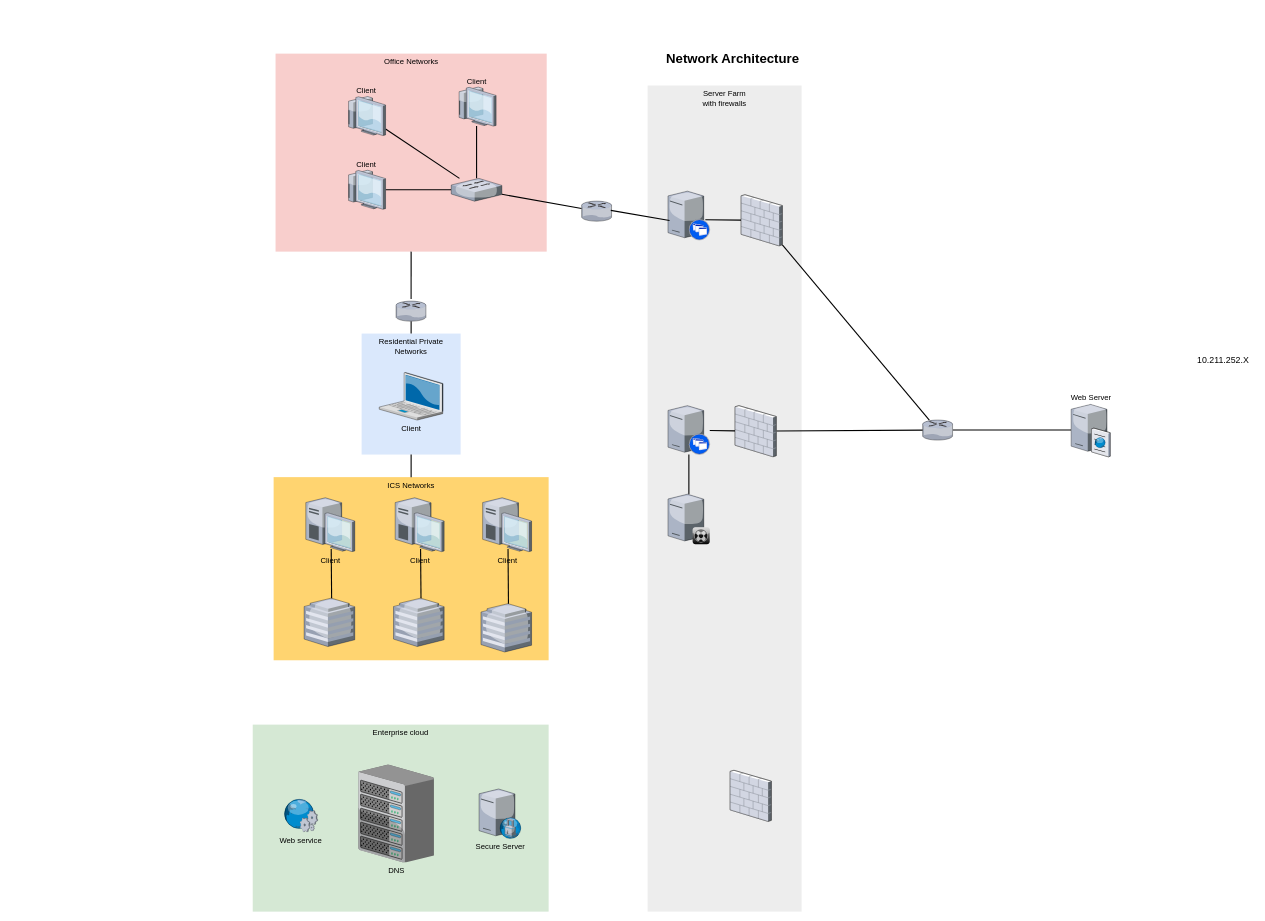
Before: Untitled Diagram.drawio in AlexIThelp/it, a draw.io diagram. Source tidied: cells renumbered, new cells numbered last; positions are measured from the earlier drawing's top-left corner, leaving out a move shared by most shapes. Both pictures are drawn from the tidied source at 55%, with x=0, y=0 at pixel (252, 48).
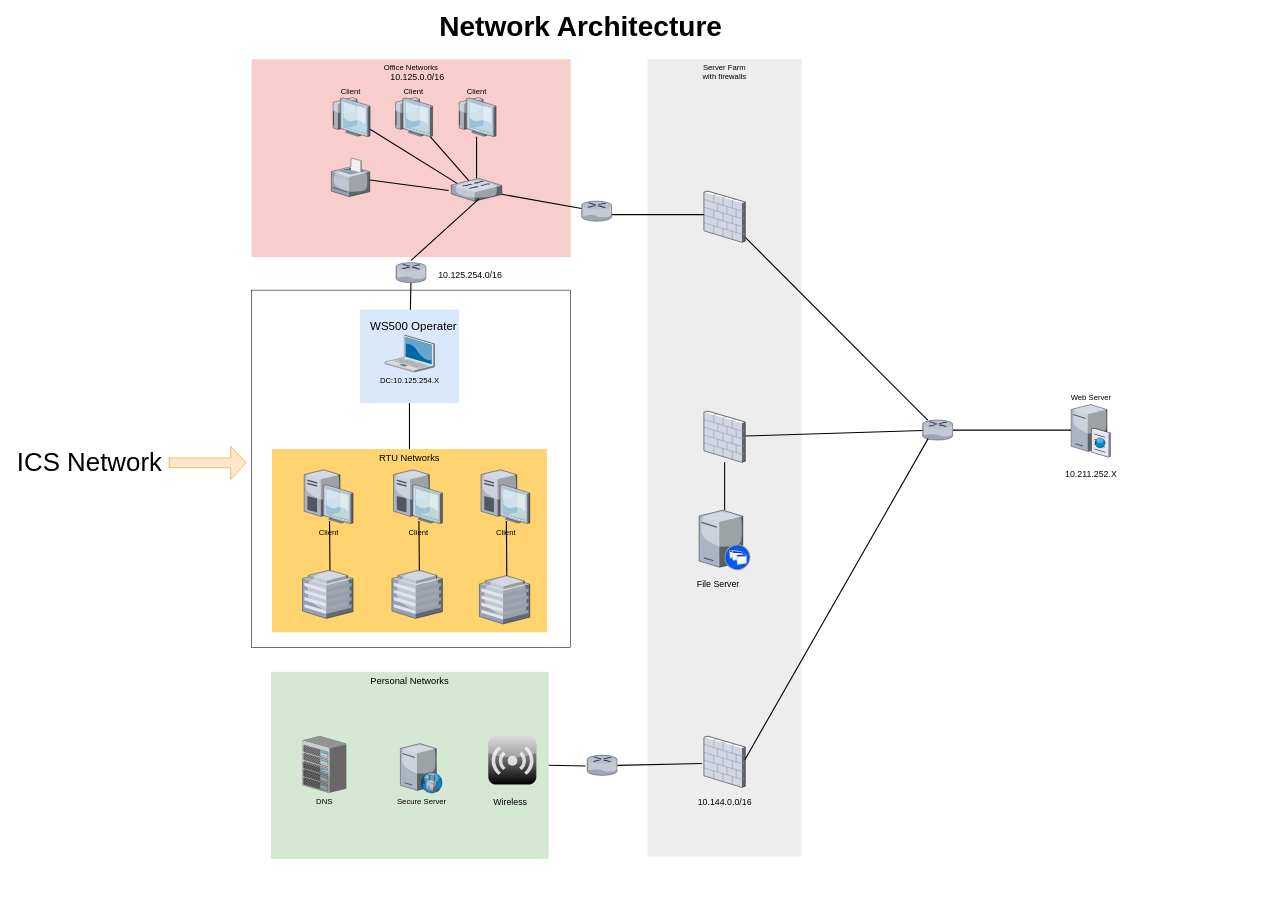
The same diagram, later.

The change refers to these unchanged cells:
```xml
<mxCell id="28" style="verticalLabelPosition=bottom;html=1;verticalAlign=top;strokeColor=none;shape=mxgraph.citrix.switch;fillColor=#66B2FF;gradientColor=#0066CC;fontSize=14;" parent="1" vertex="1">
  <mxGeometry x="361" y="236.8" width="92" height="41.5" as="geometry" />
</mxCell>
<mxCell id="36" style="verticalLabelPosition=bottom;html=1;verticalAlign=top;strokeColor=none;shape=mxgraph.citrix.router;fillColor=#66B2FF;gradientColor=#0066CC;fontSize=14;" parent="1" vertex="1">
  <mxGeometry x="598" y="278.2" width="55" height="36.5" as="geometry" />
</mxCell>
```

Diff of the diagram source:
```diff
@@
+    <mxCell id="50" style="rounded=0;whiteSpace=wrap;html=1;" parent="1" vertex="1">
+      <mxGeometry x="-2" y="440" width="580" height="650" as="geometry" />
+    </mxCell>
     <mxCell id="2" value="Office Networks" style="whiteSpace=wrap;html=1;fillColor=#f8cecc;fontSize=14;strokeColor=none;verticalAlign=top;" parent="1" vertex="1">
-      <mxGeometry x="41.5" y="10" width="493" height="360" as="geometry" />
+      <mxGeometry x="-2" y="20" width="580" height="360" as="geometry" />
     </mxCell>
-    <mxCell id="3" value="Enterprise cloud" style="whiteSpace=wrap;html=1;fillColor=#d5e8d4;fontSize=14;strokeColor=none;verticalAlign=top;" parent="1" vertex="1">
-      <mxGeometry y="1230" width="538" height="340" as="geometry" />
+    <mxCell id="3" value="&lt;font style=&quot;font-size: 17px;&quot;&gt;Personal Networks&lt;/font&gt;" style="whiteSpace=wrap;html=1;fillColor=#d5e8d4;fontSize=14;strokeColor=none;verticalAlign=top;" parent="1" vertex="1">
+      <mxGeometry x="33" y="1134" width="505" height="340" as="geometry" />
     </mxCell>
     <mxCell id="4" value="Server Farm&lt;div&gt;with firewalls&lt;/div&gt;" style="whiteSpace=wrap;html=1;fillColor=#EDEDED;fontSize=14;strokeColor=none;verticalAlign=top;" parent="1" vertex="1">
-      <mxGeometry x="718" y="68" width="280" height="1502" as="geometry" />
+      <mxGeometry x="718" y="20" width="280" height="1450" as="geometry" />
     </mxCell>
-    <mxCell id="5" value="Residential Private Networks" style="whiteSpace=wrap;html=1;fillColor=#dae8fc;fontSize=14;strokeColor=none;verticalAlign=top;" parent="1" vertex="1">
-      <mxGeometry x="198" y="519" width="180" height="220" as="geometry" />
+    <mxCell id="5" style="whiteSpace=wrap;html=1;fillColor=#dae8fc;fontSize=14;strokeColor=none;verticalAlign=top;" parent="1" vertex="1">
+      <mxGeometry x="195" y="475.5" width="180" height="170" as="geometry" />
     </mxCell>
-    <mxCell id="6" value="ICS Networks" style="whiteSpace=wrap;html=1;fillColor=#FFD470;gradientColor=none;fontSize=14;strokeColor=none;verticalAlign=top;" parent="1" vertex="1">
-      <mxGeometry x="38" y="780" width="500" height="333" as="geometry" />
+    <mxCell id="6" value="&lt;font style=&quot;font-size: 17px;&quot;&gt;RTU Networks&lt;/font&gt;" style="whiteSpace=wrap;html=1;fillColor=#FFD470;gradientColor=none;fontSize=14;strokeColor=none;verticalAlign=top;" parent="1" vertex="1">
+      <mxGeometry x="35" y="729" width="500" height="333" as="geometry" />
     </mxCell>
-    <mxCell id="7" value="Client" style="verticalLabelPosition=bottom;html=1;verticalAlign=top;strokeColor=none;shape=mxgraph.citrix.laptop_2;fillColor=#66B2FF;gradientColor=#0066CC;fontSize=14;" parent="1" vertex="1">
-      <mxGeometry x="230" y="589.8" width="116" height="86.5" as="geometry" />
+    <mxCell id="7" value="DC:10.125.254.X" style="verticalLabelPosition=bottom;html=1;verticalAlign=top;strokeColor=none;shape=mxgraph.citrix.laptop_2;fillColor=#66B2FF;gradientColor=#0066CC;fontSize=14;" parent="1" vertex="1">
+      <mxGeometry x="240.5" y="522" width="89.9" height="67.1" as="geometry" />
     </mxCell>
     <mxCell id="8" value="Client" style="verticalLabelPosition=bottom;html=1;verticalAlign=top;strokeColor=none;shape=mxgraph.citrix.desktop;fillColor=#66B2FF;gradientColor=#0066CC;fontSize=14;" parent="1" vertex="1">
-      <mxGeometry x="96.5" y="817.5" width="89" height="98" as="geometry" />
+      <mxGeometry x="93.5" y="766.5" width="89" height="98" as="geometry" />
     </mxCell>
@@
     <mxCell id="10" style="verticalLabelPosition=bottom;html=1;verticalAlign=top;strokeColor=none;shape=mxgraph.citrix.xenapp_server;fillColor=#66B2FF;gradientColor=#0066CC;fontSize=14;" parent="1" vertex="1">
-      <mxGeometry x="755" y="650" width="76" height="89" as="geometry" />
+      <mxGeometry x="811.5" y="840.1" width="93" height="108.9" as="geometry" />
     </mxCell>
-    <mxCell id="11" style="edgeStyle=none;rounded=0;html=1;startSize=10;endSize=10;jettySize=auto;fontSize=14;endArrow=none;endFill=0;strokeWidth=2;exitX=0.893;exitY=0.585;exitDx=0;exitDy=0;exitPerimeter=0;" parent="1" edge="1" source="12" target="21">
+    <mxCell id="11" style="edgeStyle=none;rounded=0;html=1;startSize=10;endSize=10;jettySize=auto;fontSize=14;endArrow=none;endFill=0;strokeWidth=2;exitX=0.989;exitY=0.672;exitDx=0;exitDy=0;exitPerimeter=0;entryX=0.159;entryY=0.46;entryDx=0;entryDy=0;entryPerimeter=0;" parent="1" edge="1" source="36" target="21">
       <mxGeometry relative="1" as="geometry" />
     </mxCell>
-    <mxCell id="12" style="verticalLabelPosition=bottom;html=1;verticalAlign=top;strokeColor=none;shape=mxgraph.citrix.xenapp_server;fillColor=#66B2FF;gradientColor=#0066CC;fontSize=14;" parent="1" vertex="1">
-      <mxGeometry x="755" y="260" width="76" height="89" as="geometry" />
-    </mxCell>
@@
-    <mxCell id="16" style="edgeStyle=none;rounded=0;html=1;startSize=10;endSize=10;jettySize=auto;fontSize=14;endArrow=none;endFill=0;strokeWidth=2;" parent="1" edge="1" source="17" target="10">
-      <mxGeometry relative="1" as="geometry" />
-    </mxCell>
-    <mxCell id="17" style="verticalLabelPosition=bottom;html=1;verticalAlign=top;strokeColor=none;shape=mxgraph.citrix.xenclient_synchronizer;fillColor=#CCCCCC;gradientColor=#000000;gradientDirection=south;fontSize=14;" parent="1" vertex="1">
-      <mxGeometry x="755" y="811" width="76" height="91" as="geometry" />
-    </mxCell>
     <mxCell id="18" value="Web Server" style="verticalLabelPosition=top;html=1;verticalAlign=bottom;strokeColor=none;shape=mxgraph.citrix.cache_server;fillColor=#66B2FF;gradientColor=#0066CC;fontSize=14;labelPosition=center;align=center;" parent="1" vertex="1">
-      <mxGeometry x="1488" y="645.5" width="71" height="97.5" as="geometry" />
+      <mxGeometry x="1488" y="645.8" width="71" height="97.5" as="geometry" />
     </mxCell>
     <mxCell id="19" value="DNS" style="verticalLabelPosition=bottom;html=1;verticalAlign=top;strokeColor=none;shape=mxgraph.citrix.chassis;fillColor=#66B2FF;gradientColor=#0066CC;fontSize=14;" parent="1" vertex="1">
-      <mxGeometry x="192" y="1303" width="137.5" height="177.5" as="geometry" />
+      <mxGeometry x="90.5" y="1251" width="79.8" height="103" as="geometry" />
     </mxCell>
@@
     <mxCell id="21" style="verticalLabelPosition=bottom;html=1;verticalAlign=top;strokeColor=none;shape=mxgraph.citrix.firewall;fillColor=#66B2FF;gradientColor=#0066CC;fontSize=14;" parent="1" vertex="1">
-      <mxGeometry x="888" y="266.5" width="75" height="93" as="geometry" />
+      <mxGeometry x="820.5" y="260" width="75" height="93" as="geometry" />
     </mxCell>
@@
     <mxCell id="23" style="verticalLabelPosition=bottom;html=1;verticalAlign=top;strokeColor=none;shape=mxgraph.citrix.firewall;fillColor=#66B2FF;gradientColor=#0066CC;fontSize=14;" parent="1" vertex="1">
-      <mxGeometry x="877" y="650" width="75" height="93" as="geometry" />
+      <mxGeometry x="820.5" y="660" width="75" height="93" as="geometry" />
     </mxCell>
     <mxCell id="24" value="Secure Server" style="verticalLabelPosition=bottom;html=1;verticalAlign=top;strokeColor=none;shape=mxgraph.citrix.proxy_server;fillColor=#66B2FF;gradientColor=#0066CC;fontSize=14;" parent="1" vertex="1">
-      <mxGeometry x="411.5" y="1347" width="76.5" height="90" as="geometry" />
+      <mxGeometry x="268.5" y="1264.5" width="76.5" height="90" as="geometry" />
     </mxCell>
-    <mxCell id="25" style="edgeStyle=none;rounded=0;html=1;startSize=10;endSize=10;jettySize=auto;fontSize=14;endArrow=none;endFill=0;strokeWidth=2;" parent="1" edge="1" source="28" target="31">
+    <mxCell id="25" style="edgeStyle=none;rounded=0;html=1;startSize=10;endSize=10;jettySize=auto;fontSize=14;endArrow=none;endFill=0;strokeWidth=2;exitX=0.455;exitY=0.369;exitDx=0;exitDy=0;exitPerimeter=0;" parent="1" edge="1" source="28" target="31">
       <mxGeometry relative="1" as="geometry" />
     </mxCell>
-    <mxCell id="26" style="edgeStyle=none;rounded=0;html=1;startSize=10;endSize=10;jettySize=auto;fontSize=14;endArrow=none;endFill=0;strokeWidth=2;" parent="1" edge="1" source="28" target="30">
+    <mxCell id="26" style="edgeStyle=none;rounded=0;html=1;startSize=10;endSize=10;jettySize=auto;fontSize=14;endArrow=none;endFill=0;strokeWidth=2;exitX=0.124;exitY=0.231;exitDx=0;exitDy=0;exitPerimeter=0;" parent="1" edge="1" source="28" target="30">
       <mxGeometry relative="1" as="geometry" />
     </mxCell>
@@
     <mxCell id="29" value="Client" style="verticalLabelPosition=top;html=1;verticalAlign=bottom;strokeColor=none;shape=mxgraph.citrix.thin_client;fillColor=#66B2FF;gradientColor=#0066CC;fontSize=14;labelPosition=center;align=center;" parent="1" vertex="1">
-      <mxGeometry x="371.5" y="70.8" width="71" height="71" as="geometry" />
+      <mxGeometry x="371.5" y="90" width="71" height="71" as="geometry" />
     </mxCell>
     <mxCell id="30" value="Client" style="verticalLabelPosition=top;html=1;verticalAlign=bottom;strokeColor=none;shape=mxgraph.citrix.thin_client;fillColor=#66B2FF;gradientColor=#0066CC;fontSize=14;labelPosition=center;align=center;" parent="1" vertex="1">
-      <mxGeometry x="170.5" y="222" width="71" height="71" as="geometry" />
+      <mxGeometry x="142.4" y="90" width="71" height="71" as="geometry" />
     </mxCell>
     <mxCell id="31" value="Client" style="verticalLabelPosition=top;html=1;verticalAlign=bottom;strokeColor=none;shape=mxgraph.citrix.thin_client;fillColor=#66B2FF;gradientColor=#0066CC;fontSize=14;labelPosition=center;align=center;" parent="1" vertex="1">
-      <mxGeometry x="170.5" y="88" width="71" height="71" as="geometry" />
+      <mxGeometry x="256" y="90" width="71" height="71" as="geometry" />
     </mxCell>
-    <mxCell id="32" value="Web service" style="verticalLabelPosition=bottom;html=1;verticalAlign=top;strokeColor=none;shape=mxgraph.citrix.web_service;fillColor=#66B2FF;gradientColor=#0066CC;fontSize=14;" parent="1" vertex="1">
-      <mxGeometry x="55.5" y="1365" width="63" height="60" as="geometry" />
-    </mxCell>
-    <mxCell id="33" value="&amp;nbsp;Network Architecture" style="text;strokeColor=none;fillColor=none;html=1;fontSize=24;fontStyle=1;verticalAlign=middle;align=center;" parent="1" vertex="1">
-      <mxGeometry x="438" width="861" height="40" as="geometry" />
+    <mxCell id="33" value="&lt;font style=&quot;font-size: 51px;&quot;&gt;&amp;nbsp;Network Architecture&lt;/font&gt;" style="text;strokeColor=none;fillColor=none;html=1;fontSize=24;fontStyle=1;verticalAlign=middle;align=center;" parent="1" vertex="1">
+      <mxGeometry x="158" y="-60" width="861" height="40" as="geometry" />
     </mxCell>
     <mxCell id="34" value="&lt;font style=&quot;font-size: 16px;&quot;&gt;10.211.252.X&lt;/font&gt;" style="text;html=1;align=center;verticalAlign=middle;strokeColor=none;fillColor=none;" parent="1" vertex="1">
-      <mxGeometry x="1703.5" y="552" width="120" height="30" as="geometry" />
+      <mxGeometry x="1463.5" y="759" width="120" height="30" as="geometry" />
     </mxCell>
@@
-    <mxCell id="37" style="edgeStyle=none;rounded=0;html=1;startSize=10;endSize=10;jettySize=auto;fontSize=14;endArrow=none;endFill=0;strokeWidth=2;entryX=0.964;entryY=0.459;entryDx=0;entryDy=0;entryPerimeter=0;exitX=0.037;exitY=0.599;exitDx=0;exitDy=0;exitPerimeter=0;" parent="1" edge="1" source="12" target="36">
-      <mxGeometry relative="1" as="geometry" />
-    </mxCell>
     <mxCell id="38" style="verticalLabelPosition=bottom;html=1;verticalAlign=top;strokeColor=none;shape=mxgraph.citrix.hq_enterprise;fillColor=#66B2FF;gradientColor=#0066CC;fontSize=14;" parent="1" vertex="1">
-      <mxGeometry x="93.5" y="1000" width="92" height="88" as="geometry" />
+      <mxGeometry x="90.5" y="949" width="92" height="88" as="geometry" />
     </mxCell>
@@
     <mxCell id="40" style="verticalLabelPosition=bottom;html=1;verticalAlign=top;strokeColor=none;shape=mxgraph.citrix.router;fillColor=#66B2FF;gradientColor=#0066CC;fontSize=14;" parent="1" vertex="1">
-      <mxGeometry x="260.5" y="460" width="55" height="36.5" as="geometry" />
+      <mxGeometry x="260.5" y="390" width="55" height="36.5" as="geometry" />
     </mxCell>
     <mxCell id="41" style="verticalLabelPosition=bottom;html=1;verticalAlign=top;strokeColor=none;shape=mxgraph.citrix.firewall;fillColor=#66B2FF;gradientColor=#0066CC;fontSize=14;" parent="1" vertex="1">
-      <mxGeometry x="868" y="1313" width="75" height="93" as="geometry" />
+      <mxGeometry x="820.5" y="1251" width="75" height="93" as="geometry" />
     </mxCell>
     <mxCell id="42" value="Client" style="verticalLabelPosition=bottom;html=1;verticalAlign=top;strokeColor=none;shape=mxgraph.citrix.desktop;fillColor=#66B2FF;gradientColor=#0066CC;fontSize=14;" parent="1" vertex="1">
-      <mxGeometry x="259" y="817.5" width="89" height="98" as="geometry" />
+      <mxGeometry x="256" y="766.5" width="89" height="98" as="geometry" />
     </mxCell>
     <mxCell id="43" style="verticalLabelPosition=bottom;html=1;verticalAlign=top;strokeColor=none;shape=mxgraph.citrix.hq_enterprise;fillColor=#66B2FF;gradientColor=#0066CC;fontSize=14;" parent="1" vertex="1">
-      <mxGeometry x="256" y="1000" width="92" height="88" as="geometry" />
+      <mxGeometry x="253" y="949" width="92" height="88" as="geometry" />
     </mxCell>
@@
     <mxCell id="45" value="Client" style="verticalLabelPosition=bottom;html=1;verticalAlign=top;strokeColor=none;shape=mxgraph.citrix.desktop;fillColor=#66B2FF;gradientColor=#0066CC;fontSize=14;" parent="1" vertex="1">
-      <mxGeometry x="418" y="817.5" width="89" height="98" as="geometry" />
+      <mxGeometry x="415" y="766.5" width="89" height="98" as="geometry" />
     </mxCell>
     <mxCell id="46" style="verticalLabelPosition=bottom;html=1;verticalAlign=top;strokeColor=none;shape=mxgraph.citrix.hq_enterprise;fillColor=#66B2FF;gradientColor=#0066CC;fontSize=14;" parent="1" vertex="1">
-      <mxGeometry x="415" y="1010" width="92" height="88" as="geometry" />
+      <mxGeometry x="412" y="959" width="92" height="88" as="geometry" />
     </mxCell>
@@
-    <mxCell id="49" style="edgeStyle=none;rounded=0;html=1;startSize=10;endSize=10;jettySize=auto;fontSize=14;endArrow=none;endFill=0;strokeWidth=2;exitX=0.499;exitY=-0.111;exitDx=0;exitDy=0;exitPerimeter=0;entryX=0.5;entryY=1;entryDx=0;entryDy=0;" parent="1" edge="1" source="40" target="2">
+    <mxCell id="49" style="edgeStyle=none;rounded=0;html=1;startSize=10;endSize=10;jettySize=auto;fontSize=14;endArrow=none;endFill=0;strokeWidth=2;exitX=0.499;exitY=-0.111;exitDx=0;exitDy=0;exitPerimeter=0;entryX=0.548;entryY=0.896;entryDx=0;entryDy=0;entryPerimeter=0;" parent="1" edge="1" source="40" target="28">
       <mxGeometry relative="1" as="geometry" />
     </mxCell>
+    <mxCell id="51" style="edgeStyle=orthogonalEdgeStyle;rounded=0;orthogonalLoop=1;jettySize=auto;html=1;exitX=0.5;exitY=1;exitDx=0;exitDy=0;" parent="1" edge="1" source="4" target="4">
+      <mxGeometry relative="1" as="geometry" />
+    </mxCell>
+    <mxCell id="52" style="edgeStyle=none;rounded=0;html=1;startSize=10;endSize=10;jettySize=auto;fontSize=14;endArrow=none;endFill=0;strokeWidth=2;exitX=0.99;exitY=0.462;exitDx=0;exitDy=0;exitPerimeter=0;" parent="1" edge="1" source="41">
+      <mxGeometry relative="1" as="geometry">
+        <mxPoint x="1228" y="710" as="targetPoint" />
+      </mxGeometry>
+    </mxCell>
+    <mxCell id="53" value="&lt;span style=&quot;font-size: 16px;&quot;&gt;10.125.0.0/16&lt;/span&gt;" style="text;html=1;align=center;verticalAlign=middle;strokeColor=none;fillColor=none;" parent="1" vertex="1">
+      <mxGeometry x="239" y="38" width="120" height="30" as="geometry" />
+    </mxCell>
+    <mxCell id="54" style="edgeStyle=none;rounded=0;html=1;startSize=10;endSize=10;jettySize=auto;fontSize=14;endArrow=none;endFill=0;strokeWidth=2;exitX=1;exitY=0.5;exitDx=0;exitDy=0;entryX=-0.051;entryY=0.534;entryDx=0;entryDy=0;entryPerimeter=0;" parent="1" edge="1" source="57" target="41">
+      <mxGeometry relative="1" as="geometry" />
+    </mxCell>
+    <mxCell id="55" value="&lt;font style=&quot;font-size: 16px;&quot;&gt;10.144.0.0/16&lt;/font&gt;" style="text;html=1;align=center;verticalAlign=middle;strokeColor=none;fillColor=none;" parent="1" vertex="1">
+      <mxGeometry x="798" y="1354.5" width="120" height="30" as="geometry" />
+    </mxCell>
+    <mxCell id="56" style="edgeStyle=none;rounded=0;html=1;startSize=10;endSize=10;jettySize=auto;fontSize=14;endArrow=none;endFill=0;strokeWidth=2;exitX=1;exitY=0.5;exitDx=0;exitDy=0;entryX=-0.051;entryY=0.534;entryDx=0;entryDy=0;entryPerimeter=0;" parent="1" edge="1" source="3" target="57">
+      <mxGeometry relative="1" as="geometry" />
+    </mxCell>
+    <mxCell id="57" style="verticalLabelPosition=bottom;html=1;verticalAlign=top;strokeColor=none;shape=mxgraph.citrix.router;fillColor=#66B2FF;gradientColor=#0066CC;fontSize=14;" parent="1" vertex="1">
+      <mxGeometry x="608" y="1285.8" width="55" height="36.5" as="geometry" />
+    </mxCell>
+    <mxCell id="58" value="&lt;font style=&quot;font-size: 16px;&quot;&gt;10.125.254.0/16&lt;/font&gt;" style="text;html=1;align=center;verticalAlign=middle;strokeColor=none;fillColor=none;strokeWidth=4;" parent="1" vertex="1">
+      <mxGeometry x="324.5" y="396.5" width="140" height="30" as="geometry" />
+    </mxCell>
+    <mxCell id="59" style="verticalLabelPosition=bottom;sketch=0;html=1;verticalAlign=top;strokeColor=none;align=center;outlineConnect=0;shape=mxgraph.citrix.printer;" parent="1" vertex="1">
+      <mxGeometry x="142.9" y="200" width="70" height="70" as="geometry" />
+    </mxCell>
+    <mxCell id="60" style="edgeStyle=none;rounded=0;html=1;startSize=10;endSize=10;jettySize=auto;fontSize=14;endArrow=none;endFill=0;strokeWidth=2;exitX=-0.052;exitY=0.529;exitDx=0;exitDy=0;exitPerimeter=0;" parent="1" edge="1" source="28" target="59">
+      <mxGeometry relative="1" as="geometry" />
+    </mxCell>
+    <mxCell id="61" style="verticalLabelPosition=bottom;sketch=0;html=1;verticalAlign=top;strokeColor=none;align=center;shape=mxgraph.citrix.role_repeater;fillColor=#CCCCCC;gradientColor=#000000;gradientDirection=south;" parent="1" vertex="1">
+      <mxGeometry x="428" y="1251" width="88" height="88" as="geometry" />
+    </mxCell>
+    <mxCell id="62" value="&lt;font style=&quot;font-size: 16px;&quot;&gt;Wireless&lt;/font&gt;" style="text;html=1;align=center;verticalAlign=middle;strokeColor=none;fillColor=none;" parent="1" vertex="1">
+      <mxGeometry x="428" y="1354.5" width="80" height="30" as="geometry" />
+    </mxCell>
+    <mxCell id="63" value="&lt;font style=&quot;font-size: 16px;&quot;&gt;File Server&lt;/font&gt;" style="text;html=1;align=center;verticalAlign=middle;strokeColor=none;fillColor=none;" parent="1" vertex="1">
+      <mxGeometry x="795.5" y="959" width="100" height="30" as="geometry" />
+    </mxCell>
+    <mxCell id="64" value="&lt;font style=&quot;font-size: 21px;&quot;&gt;WS500 Operater&lt;/font&gt;" style="text;html=1;align=center;verticalAlign=middle;strokeColor=none;fillColor=none;" parent="1" vertex="1">
+      <mxGeometry x="201.5" y="485" width="180" height="40" as="geometry" />
+    </mxCell>
+    <mxCell id="65" value="&lt;font style=&quot;font-size: 47px;&quot;&gt;ICS Network&lt;/font&gt;" style="text;html=1;align=center;verticalAlign=middle;strokeColor=none;fillColor=none;" parent="1" vertex="1">
+      <mxGeometry x="-442" y="719" width="290" height="70" as="geometry" />
+    </mxCell>
+    <mxCell id="66" style="shape=singleArrow;whiteSpace=wrap;html=1;fillColor=#ffe6cc;strokeColor=#d79b00;" parent="1" vertex="1">
+      <mxGeometry x="-152" y="724" width="140" height="60" as="geometry" />
+    </mxCell>
```
